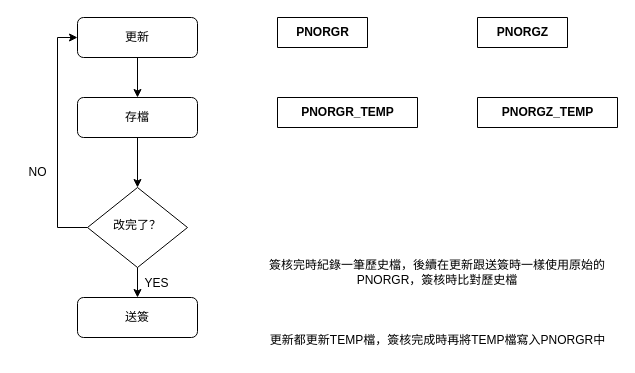
The draw.io diagram activity/廠外教育訓練資料維護(CQJJM610).drawio in Pan-A321/FH_Drawing, before the edit. Source tidied: cells renumbered, new cells numbered last; positions are measured from the earlier drawing's top-left corner, leaving out a move shared by most shapes. Both pictures are drawn from the tidied source at 100%, with x=0, y=0 at pixel (17, 17).
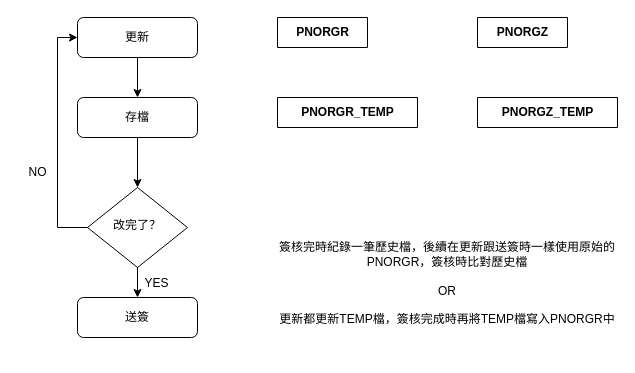
After the change.

Commit message:
更新廠外教育訓練資料維護(CQJJM610).drawio

What changed in the source:
```diff
@@
 <mxGraphModel>
   <root>
     <mxCell id="0" />
     <mxCell id="1" parent="0" />
     <mxCell id="2" style="edgeStyle=orthogonalEdgeStyle;rounded=0;jettySize=auto;html=1;" parent="1" edge="1" source="3" target="7">
       <mxGeometry relative="1" as="geometry" />
     </mxCell>
     <mxCell id="3" value="更新" style="rounded=1;whiteSpace=wrap;html=1;fontSize=12;glass=0;strokeWidth=1;shadow=0;" parent="1" vertex="1">
       <mxGeometry x="60" width="120" height="40" as="geometry" />
     </mxCell>
     <mxCell id="4" style="edgeStyle=orthogonalEdgeStyle;rounded=0;jettySize=auto;html=1;" parent="1" edge="1" source="5" target="3">
       <mxGeometry relative="1" as="geometry">
         <Array as="points">
           <mxPoint x="40" y="210" />
           <mxPoint x="40" y="20" />
         </Array>
       </mxGeometry>
     </mxCell>
     <mxCell id="5" value="改完了？" style="rhombus;whiteSpace=wrap;html=1;shadow=0;fontFamily=Helvetica;fontSize=12;align=center;strokeWidth=1;spacing=6;spacingTop=-4;" parent="1" vertex="1">
       <mxGeometry x="70" y="170" width="100" height="80" as="geometry" />
     </mxCell>
     <mxCell id="6" style="edgeStyle=orthogonalEdgeStyle;rounded=0;jettySize=auto;html=1;entryX=0.5;entryY=0;entryDx=0;entryDy=0;" parent="1" edge="1" source="7" target="5">
       <mxGeometry relative="1" as="geometry" />
     </mxCell>
     <mxCell id="7" value="存檔" style="rounded=1;whiteSpace=wrap;html=1;fontSize=12;glass=0;strokeWidth=1;shadow=0;" parent="1" vertex="1">
       <mxGeometry x="60" y="80" width="120" height="40" as="geometry" />
     </mxCell>
     <mxCell id="8" value="送簽" style="rounded=1;whiteSpace=wrap;html=1;fontSize=12;glass=0;strokeWidth=1;shadow=0;" parent="1" vertex="1">
       <mxGeometry x="60" y="280" width="120" height="40" as="geometry" />
     </mxCell>
     <mxCell id="9" value="PNORGR" style="shape=table;startSize=30;childLayout=tableLayout;rowLines=0;fontStyle=1;align=center;html=1;" parent="1" vertex="1" collapsed="1">
       <mxGeometry x="260" width="90" height="30" as="geometry" />
     </mxCell>
     <mxCell id="10" value="PNORGZ" style="shape=table;startSize=30;childLayout=tableLayout;rowLines=0;fontStyle=1;align=center;html=1;" parent="1" vertex="1" collapsed="1">
       <mxGeometry x="460" width="90" height="30" as="geometry" />
     </mxCell>
     <mxCell id="11" value="PNORGR_TEMP" style="shape=table;startSize=30;childLayout=tableLayout;rowLines=0;fontStyle=1;align=center;html=1;" parent="1" vertex="1" collapsed="1">
       <mxGeometry x="260" y="80" width="140" height="30" as="geometry" />
     </mxCell>
     <mxCell id="12" value="PNORGZ&lt;span style=&quot;background-color: initial;&quot;&gt;_TEMP&lt;/span&gt;" style="shape=table;startSize=30;childLayout=tableLayout;rowLines=0;fontStyle=1;align=center;html=1;" parent="1" vertex="1" collapsed="1">
       <mxGeometry x="460" y="80" width="140" height="30" as="geometry" />
     </mxCell>
-    <mxCell id="13" value="簽核完時紀錄一筆歷史檔，後續在更新跟送簽時一樣使用原始的PNORGR，簽核時比對歷史檔" style="text;html=1;align=center;verticalAlign=middle;whiteSpace=wrap;rounded=0;" parent="1" vertex="1">
-      <mxGeometry x="250" y="240" width="340" height="30" as="geometry" />
+    <mxCell id="13" value="簽核完時紀錄一筆歷史檔，後續在更新跟送簽時一樣使用原始的PNORGR，簽核時比對歷史檔&lt;div&gt;&lt;br&gt;&lt;/div&gt;&lt;div&gt;OR&lt;/div&gt;&lt;div&gt;&lt;br&gt;&lt;/div&gt;&lt;div&gt;&lt;span style=&quot;text-wrap: nowrap;&quot;&gt;更新都更新TEMP檔，簽核完成時再將TEMP檔寫入PNORGR中&lt;/span&gt;&lt;br&gt;&lt;/div&gt;" style="text;html=1;align=center;verticalAlign=middle;whiteSpace=wrap;rounded=0;" parent="1" vertex="1">
+      <mxGeometry x="260" y="201" width="340" height="130" as="geometry" />
     </mxCell>
-    <mxCell id="14" value="更新都更新TEMP檔，簽核完成時再將TEMP檔寫入PNORGR中" style="text;html=1;align=center;verticalAlign=middle;strokeColor=none;fillColor=none;" parent="1" vertex="1">
-      <mxGeometry x="240" y="308" width="360" height="30" as="geometry" />
-    </mxCell>
     <mxCell id="15" style="edgeStyle=orthogonalEdgeStyle;rounded=0;jettySize=auto;html=1;" parent="1" edge="1" source="5" target="8">
       <mxGeometry relative="1" as="geometry" />
     </mxCell>
     <mxCell id="16" value="YES" style="text;html=1;align=center;verticalAlign=middle;strokeColor=none;fillColor=none;" parent="1" vertex="1">
       <mxGeometry x="114" y="251" width="50" height="30" as="geometry" />
     </mxCell>
     <mxCell id="17" value="NO" style="text;html=1;align=center;verticalAlign=middle;strokeColor=none;fillColor=none;" parent="1" vertex="1">
       <mxGeometry y="140" width="40" height="30" as="geometry" />
     </mxCell>
   </root>
 </mxGraphModel>
```
